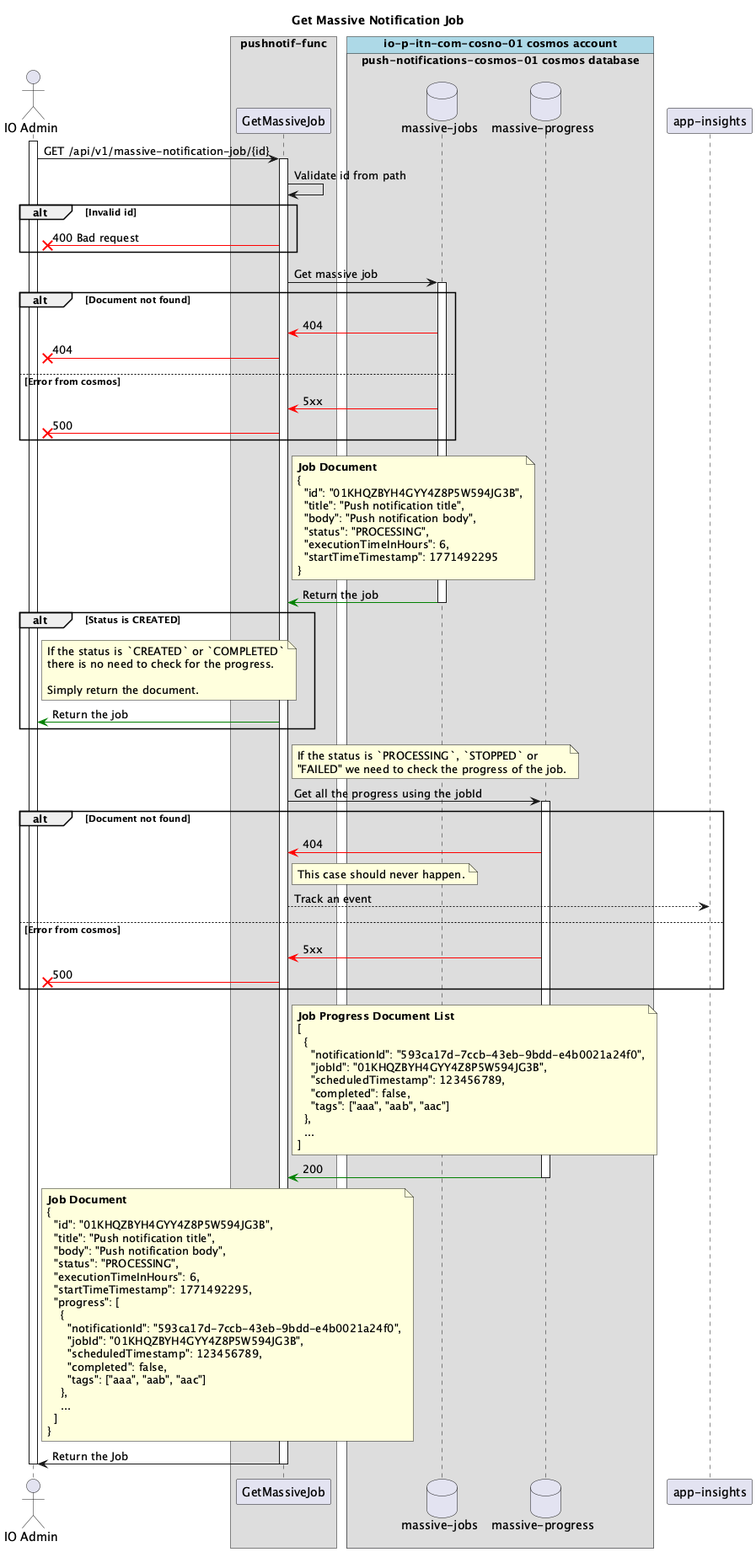
Above: apps/pushnotif-func/docs/png/get-massive-job.png in pagopa/io-messages (PlantUML), before the change.
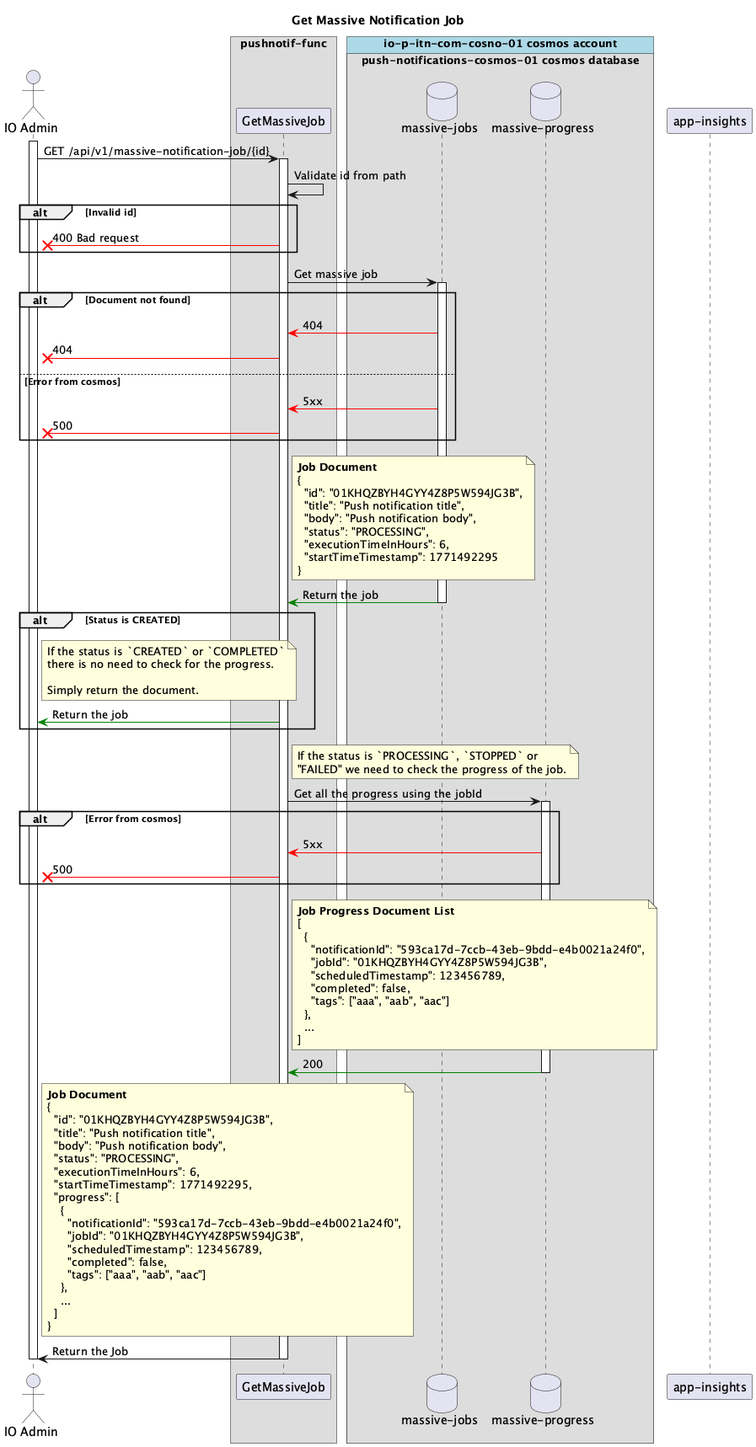
The same file after the commit.

Commit message:
Remove 404 case from sequence diagram

Change to the diagram source:
```diff
@@ -71,13 +71,7 @@
 
 gmj -> mjp : Get all the progress using the jobId
 activate mjp
-alt Document not found
-  mjp -[#red]> gmj : 404
-  note right of gmj
-    This case should never happen.
-  end note
-  gmj --> ai: Track an event
-else Error from cosmos
+alt Error from cosmos
   mjp -[#red]> gmj : 5xx
   gmj -[#red]x admin : 500
 end
```
